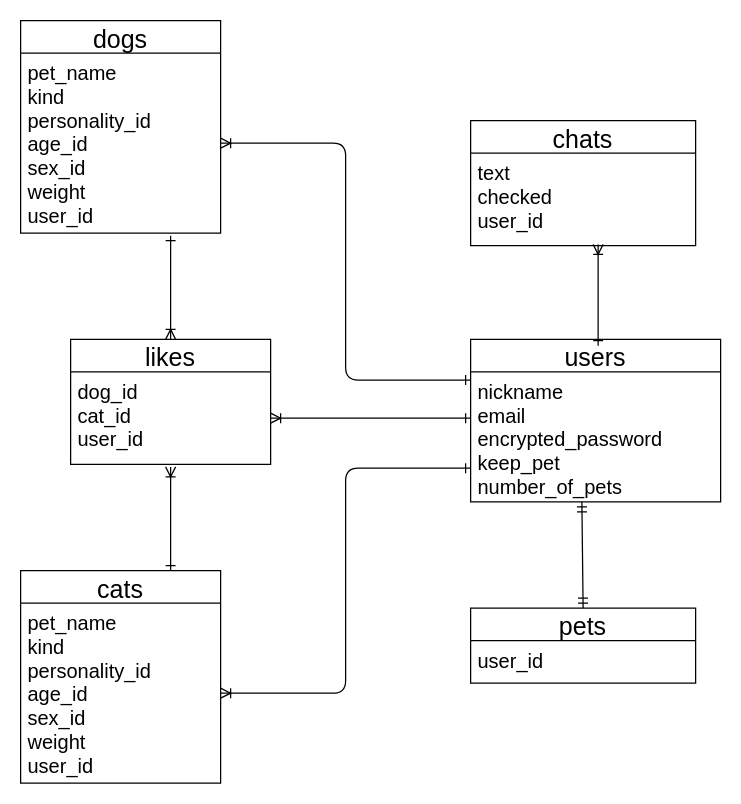
This is test.dio from kazupin0930/pet_with, a draw.io file, before an edit. Source tidied: cells renumbered, new cells numbered last; positions are measured from the earlier drawing's top-left corner, leaving out a move shared by most shapes. Both pictures are drawn from the tidied source at 125%, with x=0, y=0 at pixel (20, 20).
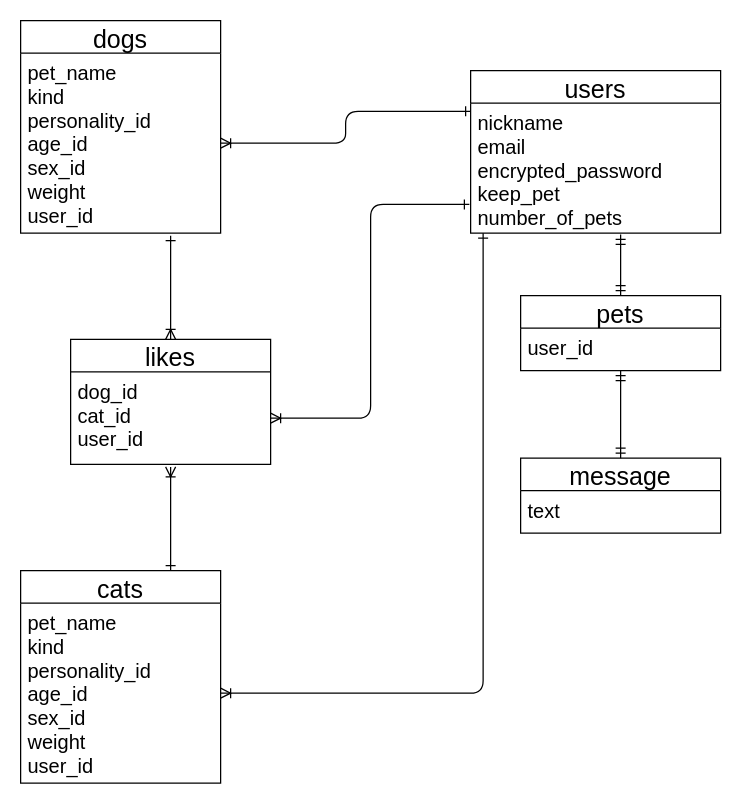
The same page after the edit.

Unchanged cells that the change refers to:
```xml
<mxCell id="3" value="nickname&#10;email&#10;encrypted_password&#10;keep_pet&#10;number_of_pets" style="text;strokeColor=none;fillColor=none;spacingLeft=4;spacingRight=4;overflow=hidden;points=[[0,0.5],[1,0.5]];portConstraint=eastwest;fontSize=16;" parent="2" vertex="1">
  <mxGeometry y="26" width="200" height="104" as="geometry" />
</mxCell>
<mxCell id="5" value="pet_name&#10;kind&#10;personality_id&#10;age_id&#10;sex_id&#10;weight&#10;user_id" style="text;strokeColor=none;fillColor=none;spacingLeft=4;spacingRight=4;overflow=hidden;points=[[0,0.5],[1,0.5]];portConstraint=eastwest;fontSize=16;" parent="4" vertex="1">
  <mxGeometry y="26" width="160" height="144" as="geometry" />
</mxCell>
<mxCell id="7" value="pet_name&#10;kind&#10;personality_id&#10;age_id&#10;sex_id&#10;weight&#10;user_id" style="text;strokeColor=none;fillColor=none;spacingLeft=4;spacingRight=4;overflow=hidden;points=[[0,0.5],[1,0.5]];portConstraint=eastwest;fontSize=16;" parent="6" vertex="1">
  <mxGeometry y="26" width="160" height="144" as="geometry" />
</mxCell>
<mxCell id="13" value="dog_id&#10;cat_id&#10;user_id" style="text;strokeColor=none;fillColor=none;spacingLeft=4;spacingRight=4;overflow=hidden;points=[[0,0.5],[1,0.5]];portConstraint=eastwest;fontSize=16;" parent="12" vertex="1">
  <mxGeometry y="26" width="160" height="74" as="geometry" />
</mxCell>
```

What changed in the source:
```diff
@@
     <mxCell id="2" value="users" style="swimlane;fontStyle=0;horizontal=1;startSize=26;align=center;fontSize=20;" parent="1" vertex="1">
-      <mxGeometry x="360" y="255" width="200" height="130" as="geometry" />
+      <mxGeometry x="360" y="40" width="200" height="130" as="geometry" />
     </mxCell>
@@
-    <mxCell id="8" value="chats" style="swimlane;fontStyle=0;horizontal=1;startSize=26;align=center;fontSize=20;" parent="1" vertex="1">
-      <mxGeometry x="360" y="80" width="180" height="100" as="geometry" />
+    <mxCell id="8" value="message" style="swimlane;fontStyle=0;horizontal=1;startSize=26;align=center;fontSize=20;" parent="1" vertex="1">
+      <mxGeometry x="400" y="350" width="160" height="60" as="geometry" />
     </mxCell>
-    <mxCell id="9" value="text&#10;checked&#10;user_id" style="text;strokeColor=none;fillColor=none;spacingLeft=4;spacingRight=4;overflow=hidden;fontSize=16;" parent="8" vertex="1">
-      <mxGeometry y="26" width="180" height="74" as="geometry" />
+    <mxCell id="9" value="text" style="text;strokeColor=none;fillColor=none;spacingLeft=4;spacingRight=4;overflow=hidden;fontSize=16;" parent="8" vertex="1">
+      <mxGeometry y="26" width="160" height="34" as="geometry" />
     </mxCell>
     <mxCell id="10" value="pets" style="swimlane;fontStyle=0;horizontal=1;startSize=26;align=center;fontSize=20;" parent="1" vertex="1">
-      <mxGeometry x="360" y="470" width="180" height="60" as="geometry" />
+      <mxGeometry x="400" y="220" width="160" height="60" as="geometry" />
     </mxCell>
     <mxCell id="11" value="user_id" style="text;strokeColor=none;fillColor=none;spacingLeft=4;spacingRight=4;overflow=hidden;fontSize=16;" parent="10" vertex="1">
-      <mxGeometry y="26" width="180" height="34" as="geometry" />
+      <mxGeometry y="26" width="160" height="34" as="geometry" />
     </mxCell>
@@
-    <mxCell id="14" style="edgeStyle=orthogonalEdgeStyle;fontSize=12;html=1;endArrow=ERoneToMany;exitX=0;exitY=0.25;exitDx=0;exitDy=0;startArrow=ERone;startFill=0;" parent="1" edge="1" source="2" target="5">
+    <mxCell id="14" style="fontSize=12;html=1;endArrow=ERoneToMany;exitX=0;exitY=0.25;exitDx=0;exitDy=0;startArrow=ERone;startFill=0;edgeStyle=orthogonalEdgeStyle;" parent="1" edge="1" source="2" target="5">
       <mxGeometry relative="1" as="geometry" />
     </mxCell>
     <mxCell id="15" style="edgeStyle=orthogonalEdgeStyle;fontSize=12;html=1;endArrow=ERoneToMany;entryX=1;entryY=0.5;entryDx=0;entryDy=0;startArrow=ERone;startFill=0;" parent="1" edge="1" source="3" target="7">
       <mxGeometry relative="1" as="geometry">
         <Array as="points">
-          <mxPoint x="260" y="358" />
-          <mxPoint x="260" y="538" />
+          <mxPoint x="370" y="538" />
         </Array>
       </mxGeometry>
     </mxCell>
@@
-    <mxCell id="18" style="fontSize=12;html=1;endArrow=ERoneToMany;startArrow=ERone;startFill=0;" parent="1" edge="1">
-      <mxGeometry relative="1" as="geometry">
-        <mxPoint x="462" y="260" as="sourcePoint" />
-        <mxPoint x="462" y="179" as="targetPoint" />
-      </mxGeometry>
-    </mxCell>
     <mxCell id="19" style="fontSize=12;html=1;endArrow=ERmandOne;startArrow=ERmandOne;exitX=0.5;exitY=0;exitDx=0;exitDy=0;" parent="1" edge="1" source="10">
       <mxGeometry relative="1" as="geometry">
-        <mxPoint x="449" y="385" as="targetPoint" />
+        <mxPoint x="480" y="171" as="targetPoint" />
       </mxGeometry>
     </mxCell>
-    <mxCell id="20" style="fontSize=12;html=1;endArrow=ERoneToMany;entryX=1;entryY=0.5;entryDx=0;entryDy=0;exitX=0;exitY=0.356;exitDx=0;exitDy=0;exitPerimeter=0;startArrow=ERone;startFill=0;" parent="1" edge="1" source="3" target="13">
-      <mxGeometry relative="1" as="geometry" />
+    <mxCell id="20" style="fontSize=12;html=1;endArrow=ERoneToMany;entryX=1;entryY=0.5;entryDx=0;entryDy=0;exitX=-0.005;exitY=0.779;exitDx=0;exitDy=0;exitPerimeter=0;startArrow=ERone;startFill=0;edgeStyle=orthogonalEdgeStyle;" parent="1" edge="1" source="3" target="13">
+      <mxGeometry relative="1" as="geometry">
+        <Array as="points">
+          <mxPoint x="280" y="147" />
+          <mxPoint x="280" y="318" />
+        </Array>
+      </mxGeometry>
     </mxCell>
+    <mxCell id="21" style="fontSize=12;html=1;endArrow=ERmandOne;startArrow=ERmandOne;exitX=0.5;exitY=0;exitDx=0;exitDy=0;" parent="1" edge="1" source="8">
+      <mxGeometry relative="1" as="geometry">
+        <mxPoint x="480" y="280" as="targetPoint" />
+      </mxGeometry>
+    </mxCell>
```
